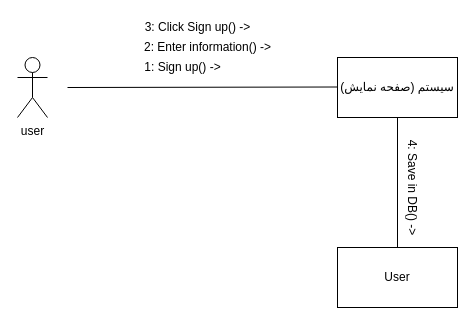
Above: Docs./CommunicationDiagram-Signup.drawio in ShadiMe-flutter/Workout (draw.io), before the change. Source tidied: cells renumbered, new cells numbered last; positions are measured from the earlier drawing's top-left corner, leaving out a move shared by most shapes. Both pictures are drawn from the tidied source at 100%, with x=0, y=0 at pixel (17, 17).
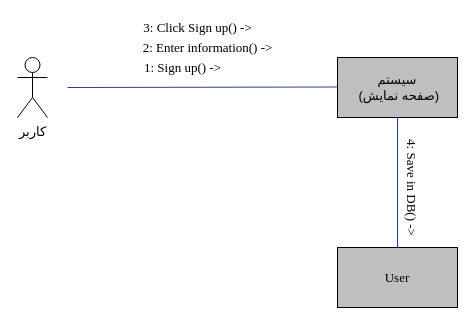
The same diagram, later.

Change to the diagram source:
```diff
@@
 <mxGraphModel>
   <root>
     <mxCell id="0" />
     <mxCell id="1" parent="0" />
-    <mxCell id="2" value="user" style="shape=umlActor;verticalLabelPosition=bottom;verticalAlign=top;html=1;" parent="1" vertex="1">
+    <mxCell id="2" value="&lt;font style=&quot;font-size: 13px&quot; face=&quot;B Zar&quot;&gt;کاربر&lt;/font&gt;" style="shape=umlActor;verticalLabelPosition=bottom;verticalAlign=top;html=1;" parent="1" vertex="1">
       <mxGeometry y="40" width="30" height="60" as="geometry" />
     </mxCell>
-    <mxCell id="3" value="سیستم (صفحه نمایش)" style="rounded=0;whiteSpace=wrap;html=1;" parent="1" vertex="1">
+    <mxCell id="3" value="&lt;font face=&quot;B Zar&quot; style=&quot;font-size: 13px&quot;&gt;سیستم&lt;br&gt;&amp;nbsp;(صفحه نمایش)&lt;/font&gt;" style="rounded=0;whiteSpace=wrap;html=1;fillColor=#BFBFBF;" parent="1" vertex="1">
       <mxGeometry x="320" y="40" width="120" height="60" as="geometry" />
     </mxCell>
-    <mxCell id="4" value="User" style="rounded=0;whiteSpace=wrap;html=1;" parent="1" vertex="1">
+    <mxCell id="4" value="&lt;font face=&quot;Times New Roman&quot; style=&quot;font-size: 13px&quot;&gt;User&lt;/font&gt;" style="rounded=0;whiteSpace=wrap;html=1;fillColor=#BFBFBF;" parent="1" vertex="1">
       <mxGeometry x="320" y="230" width="120" height="60" as="geometry" />
     </mxCell>
-    <mxCell id="5" style="endArrow=none;html=1;" parent="1" edge="1">
+    <mxCell id="5" style="endArrow=none;html=1;strokeColor=#28408E;" parent="1" edge="1">
       <mxGeometry relative="1" as="geometry">
         <mxPoint x="50" y="70" as="sourcePoint" />
         <mxPoint x="320" y="69.5" as="targetPoint" />
       </mxGeometry>
     </mxCell>
-    <mxCell id="6" style="endArrow=none;html=1;exitX=0.5;exitY=0;exitDx=0;exitDy=0;entryX=0.5;entryY=1;entryDx=0;entryDy=0;" parent="1" edge="1" source="4" target="3">
+    <mxCell id="6" style="endArrow=none;html=1;exitX=0.5;exitY=0;exitDx=0;exitDy=0;entryX=0.5;entryY=1;entryDx=0;entryDy=0;strokeColor=#28408E;" parent="1" edge="1" source="4" target="3">
       <mxGeometry relative="1" as="geometry" />
     </mxCell>
-    <mxCell id="7" value="1: Sign up() -&amp;gt;" style="text;html=1;align=center;verticalAlign=middle;" parent="1" vertex="1">
+    <mxCell id="7" value="&lt;font face=&quot;Times New Roman&quot; style=&quot;font-size: 13px&quot;&gt;1: Sign up() -&amp;gt;&lt;/font&gt;" style="text;html=1;align=center;verticalAlign=middle;" parent="1" vertex="1">
       <mxGeometry x="120" y="40" width="90" height="20" as="geometry" />
     </mxCell>
-    <mxCell id="8" value="2: Enter information() -&amp;gt;" style="text;html=1;align=center;verticalAlign=middle;" parent="1" vertex="1">
-      <mxGeometry x="120" y="20" width="140" height="20" as="geometry" />
+    <mxCell id="8" value="&lt;font face=&quot;Times New Roman&quot; style=&quot;font-size: 13px&quot;&gt;2: Enter information() -&amp;gt;&lt;/font&gt;" style="text;html=1;align=center;verticalAlign=middle;" parent="1" vertex="1">
+      <mxGeometry x="115" y="20" width="150" height="20" as="geometry" />
     </mxCell>
-    <mxCell id="9" value="3: Click Sign up() -&amp;gt;" style="text;html=1;align=center;verticalAlign=middle;" parent="1" vertex="1">
+    <mxCell id="9" value="&lt;font face=&quot;Times New Roman&quot; style=&quot;font-size: 13px&quot;&gt;3: Click Sign up() -&amp;gt;&lt;/font&gt;" style="text;html=1;align=center;verticalAlign=middle;" parent="1" vertex="1">
       <mxGeometry x="120" width="120" height="20" as="geometry" />
     </mxCell>
-    <mxCell id="10" value="4: Save in DB() -&amp;gt;" style="text;html=1;align=center;verticalAlign=middle;rotation=90;" parent="1" vertex="1">
+    <mxCell id="10" value="&lt;font face=&quot;Times New Roman&quot; style=&quot;font-size: 13px&quot;&gt;4: Save in DB() -&amp;gt;&lt;/font&gt;" style="text;html=1;align=center;verticalAlign=middle;rotation=90;" parent="1" vertex="1">
       <mxGeometry x="340" y="160" width="110" height="20" as="geometry" />
     </mxCell>
   </root>
 </mxGraphModel>
```
